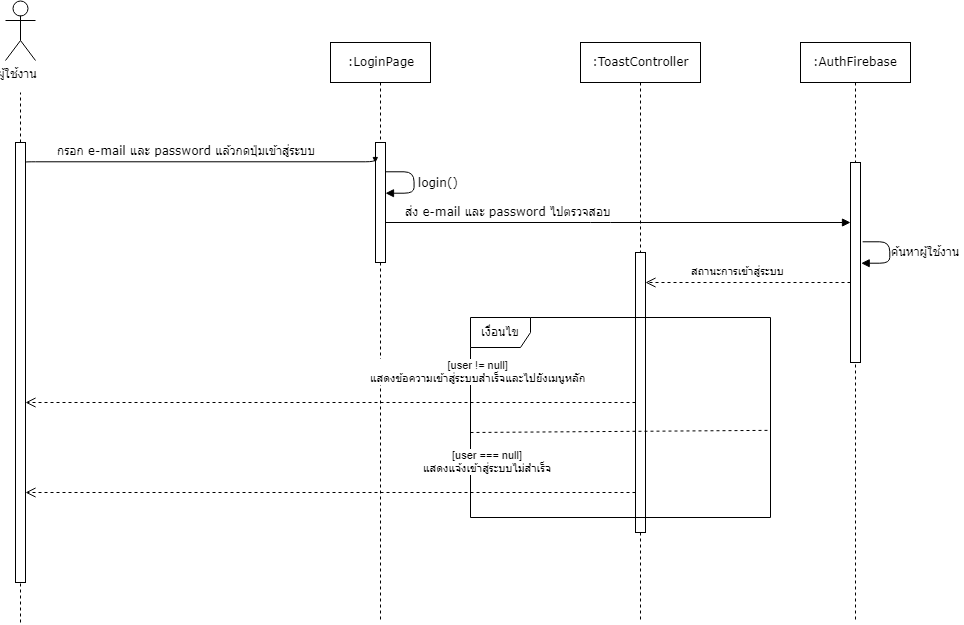
Above: Document/Latex/Figures/3/Sequence/login.png in Inwfour/Latex (draw.io), before the change. Source tidied: cells renumbered, new cells last; positions are measured from the earlier drawing's top-left corner, leaving out a move shared by most shapes.
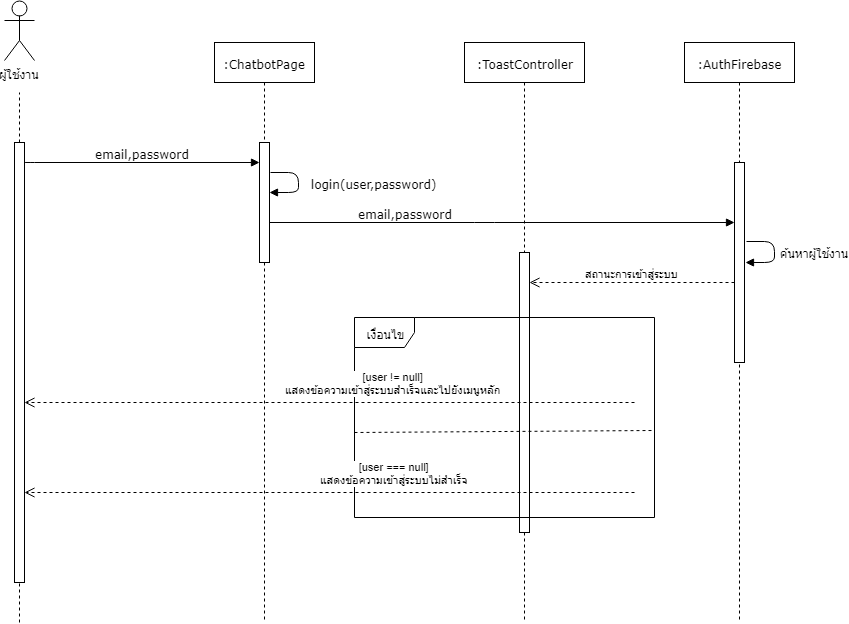
Later version of the same file.

Diff of the diagram source:
```diff
@@ -1,17 +1,17 @@
-<mxGraphModel background="#ffffff">
+<mxGraphModel>
   <root>
     <mxCell id="0" />
     <mxCell id="1" parent="0" />
-    <mxCell id="2" style="endArrow=none;dashed=1;html=1;" parent="1" edge="1">
-      <mxGeometry relative="1" as="geometry">
-        <mxPoint x="15" y="622" as="sourcePoint" />
-        <mxPoint x="15" y="92" as="targetPoint" />
-      </mxGeometry>
-    </mxCell>
-    <mxCell id="3" value=":LoginPage" style="shape=umlLifeline;perimeter=lifelinePerimeter;whiteSpace=wrap;html=1;rounded=0;shadow=0;comic=0;labelBackgroundColor=none;strokeColor=#000000;strokeWidth=1;fillColor=#FFFFFF;fontFamily=Verdana;fontSize=12;fontColor=#000000;align=center;" parent="1" vertex="1">
-      <mxGeometry x="325" y="42" width="100" height="580" as="geometry" />
-    </mxCell>
+    <mxCell id="20" style="endArrow=none;dashed=1;html=1;" parent="1" edge="1">
+      <mxGeometry relative="1" as="geometry">
+        <mxPoint x="130" y="622" as="sourcePoint" />
+        <mxPoint x="130" y="92" as="targetPoint" />
+      </mxGeometry>
+    </mxCell>
+    <mxCell id="21" value=":ChatbotPage" style="shape=umlLifeline;perimeter=lifelinePerimeter;whiteSpace=wrap;html=1;rounded=0;shadow=0;comic=0;labelBackgroundColor=none;strokeColor=#000000;strokeWidth=1;fillColor=#FFFFFF;fontFamily=Verdana;fontSize=12;fontColor=#000000;align=center;" parent="1" vertex="1">
+      <mxGeometry x="325" y="42" width="100" height="580" as="geometry" />
+    </mxCell>
-    <mxCell id="4" style="html=1;points=[];perimeter=orthogonalPerimeter;rounded=0;shadow=0;comic=0;labelBackgroundColor=none;strokeColor=#000000;strokeWidth=1;fillColor=#FFFFFF;fontFamily=Verdana;fontSize=12;fontColor=#000000;align=center;" parent="3" vertex="1">
+    <mxCell id="4" style="html=1;points=[];perimeter=orthogonalPerimeter;rounded=0;shadow=0;comic=0;labelBackgroundColor=none;strokeColor=#000000;strokeWidth=1;fillColor=#FFFFFF;fontFamily=Verdana;fontSize=12;fontColor=#000000;align=center;" parent="21" vertex="1">
       <mxGeometry x="45" y="100" width="10" height="120" as="geometry" />
     </mxCell>
     <mxCell id="5" value=":ToastController" style="shape=umlLifeline;perimeter=lifelinePerimeter;whiteSpace=wrap;html=1;rounded=0;shadow=0;comic=0;labelBackgroundColor=none;strokeColor=#000000;strokeWidth=1;fillColor=#FFFFFF;fontFamily=Verdana;fontSize=12;fontColor=#000000;align=center;" parent="1" vertex="1">
@@ -20,34 +20,33 @@
     <mxCell id="6" value=":AuthFirebase" style="shape=umlLifeline;perimeter=lifelinePerimeter;whiteSpace=wrap;html=1;rounded=0;shadow=0;comic=0;labelBackgroundColor=none;strokeColor=#000000;strokeWidth=1;fillColor=#FFFFFF;fontFamily=Verdana;fontSize=12;fontColor=#000000;align=center;" parent="1" vertex="1">
       <mxGeometry x="795" y="42" width="110" height="580" as="geometry" />
     </mxCell>
-    <mxCell id="7" value="กรอก e-mail และ password แล้วกดปุ่มเข้าสู่ระบบ" style="html=1;verticalAlign=bottom;endArrow=block;entryX=-0.01;entryY=0.078;labelBackgroundColor=none;fontFamily=Verdana;fontSize=12;edgeStyle=elbowEdgeStyle;elbow=vertical;entryDx=0;entryDy=0;entryPerimeter=0;" parent="1" edge="1">
-      <mxGeometry relative="1" as="geometry">
-        <mxPoint x="20" y="161.9" as="sourcePoint" />
-        <mxPoint x="369.8" y="161.9" as="targetPoint" />
-      </mxGeometry>
-    </mxCell>
-    <mxCell id="8" value="ส่ง e-mail และ password ไปตรวจสอบ" style="html=1;verticalAlign=bottom;endArrow=block;labelBackgroundColor=none;fontFamily=Verdana;fontSize=12;edgeStyle=elbowEdgeStyle;elbow=vertical;" parent="1" edge="1">
-      <mxGeometry x="-0.08" y="-80" relative="1" as="geometry">
-        <mxPoint x="380" y="222" as="sourcePoint" />
-        <mxPoint x="845" y="222" as="targetPoint" />
-        <Array as="points">
-          <mxPoint x="595" y="222" />
-        </Array>
-        <mxPoint x="-80" y="-80" as="offset" />
-      </mxGeometry>
-    </mxCell>
+    <mxCell id="22" value="email,password" style="html=1;verticalAlign=bottom;endArrow=block;labelBackgroundColor=none;fontFamily=Verdana;fontSize=12;edgeStyle=elbowEdgeStyle;elbow=vertical;" parent="1" edge="1" target="4">
+      <mxGeometry relative="1" as="geometry">
+        <mxPoint x="135" y="161.9" as="sourcePoint" />
+      </mxGeometry>
+    </mxCell>
+    <mxCell id="23" value="email,password" style="html=1;verticalAlign=bottom;endArrow=block;labelBackgroundColor=none;fontFamily=Verdana;fontSize=12;edgeStyle=elbowEdgeStyle;elbow=vertical;" parent="1" edge="1">
+      <mxGeometry x="-0.08" y="-80" relative="1" as="geometry">
+        <mxPoint x="380" y="222" as="sourcePoint" />
+        <mxPoint x="845" y="222" as="targetPoint" />
+        <Array as="points">
+          <mxPoint x="595" y="222" />
+        </Array>
+        <mxPoint x="-80" y="-80" as="offset" />
+      </mxGeometry>
+    </mxCell>
     <mxCell id="9" value="ผู้ใช้งาน" style="shape=umlActor;verticalLabelPosition=bottom;labelBackgroundColor=#ffffff;verticalAlign=top;html=1;rounded=0;" parent="1" vertex="1">
-      <mxGeometry width="30" height="60" as="geometry" />
+      <mxGeometry x="115" width="30" height="60" as="geometry" />
     </mxCell>
-    <mxCell id="10" style="html=1;points=[];perimeter=orthogonalPerimeter;rounded=0;shadow=0;comic=0;labelBackgroundColor=none;strokeColor=#000000;strokeWidth=1;fillColor=#FFFFFF;fontFamily=Verdana;fontSize=12;fontColor=#000000;align=center;" parent="1" vertex="1">
-      <mxGeometry x="10" y="142" width="10" height="440" as="geometry" />
-    </mxCell>
-    <mxCell id="11" style="html=1;perimeter=orthogonalPerimeter;rounded=0;shadow=0;comic=0;labelBackgroundColor=none;strokeColor=#000000;strokeWidth=1;fillColor=#FFFFFF;fontFamily=Verdana;fontSize=12;fontColor=#000000;align=center;" parent="1" vertex="1">
-      <mxGeometry x="630" y="252" width="10" height="280" as="geometry" />
-    </mxCell>
-    <mxCell id="12" style="html=1;perimeter=orthogonalPerimeter;rounded=0;shadow=0;comic=0;labelBackgroundColor=none;strokeColor=#000000;strokeWidth=1;fillColor=#FFFFFF;fontFamily=Verdana;fontSize=12;fontColor=#000000;align=center;" parent="1" vertex="1">
-      <mxGeometry x="845" y="162" width="10" height="200" as="geometry" />
-    </mxCell>
+    <mxCell id="24" style="html=1;points=[];perimeter=orthogonalPerimeter;rounded=0;shadow=0;comic=0;labelBackgroundColor=none;strokeColor=#000000;strokeWidth=1;fillColor=#FFFFFF;fontFamily=Verdana;fontSize=12;fontColor=#000000;align=center;" parent="1" vertex="1">
+      <mxGeometry x="125" y="142" width="10" height="440" as="geometry" />
+    </mxCell>
+    <mxCell id="25" style="html=1;perimeter=orthogonalPerimeter;rounded=0;shadow=0;comic=0;labelBackgroundColor=none;strokeColor=#000000;strokeWidth=1;fillColor=#FFFFFF;fontFamily=Verdana;fontSize=12;fontColor=#000000;align=center;" parent="1" vertex="1">
+      <mxGeometry x="630" y="252" width="10" height="280" as="geometry" />
+    </mxCell>
+    <mxCell id="26" style="html=1;perimeter=orthogonalPerimeter;rounded=0;shadow=0;comic=0;labelBackgroundColor=none;strokeColor=#000000;strokeWidth=1;fillColor=#FFFFFF;fontFamily=Verdana;fontSize=12;fontColor=#000000;align=center;" parent="1" vertex="1">
+      <mxGeometry x="845" y="162" width="10" height="200" as="geometry" />
+    </mxCell>
     <mxCell id="13" value="ค้นหาผู้ใช้งาน" style="html=1;verticalAlign=bottom;endArrow=block;labelBackgroundColor=none;fontFamily=Verdana;fontSize=12;edgeStyle=orthogonalEdgeStyle;elbow=vertical;exitX=1.183;exitY=0.2;exitDx=0;exitDy=0;exitPerimeter=0;entryX=1.146;entryY=0.305;entryDx=0;entryDy=0;entryPerimeter=0;" parent="1" edge="1">
       <mxGeometry x="0.26" y="-40" relative="1" as="geometry">
         <mxPoint x="856.9" y="241" as="sourcePoint" />
@@ -59,17 +58,17 @@
         <mxPoint x="40" y="39" as="offset" />
       </mxGeometry>
     </mxCell>
-    <mxCell id="14" value="login()" style="html=1;verticalAlign=bottom;endArrow=block;labelBackgroundColor=none;fontFamily=Verdana;fontSize=12;edgeStyle=orthogonalEdgeStyle;elbow=vertical;exitX=1.183;exitY=0.2;exitDx=0;exitDy=0;exitPerimeter=0;entryX=1.146;entryY=0.305;entryDx=0;entryDy=0;entryPerimeter=0;" parent="1" edge="1">
-      <mxGeometry x="0.26" y="-26" relative="1" as="geometry">
-        <mxPoint x="380.5" y="171.8" as="sourcePoint" />
-        <mxPoint x="379.9" y="192.4" as="targetPoint" />
-        <Array as="points">
-          <mxPoint x="408.5" y="171.5" />
-          <mxPoint x="408.5" y="192.5" />
-        </Array>
-        <mxPoint x="26" y="26" as="offset" />
-      </mxGeometry>
-    </mxCell>
+    <mxCell id="27" value="login(user,password)" style="html=1;verticalAlign=bottom;endArrow=block;labelBackgroundColor=none;fontFamily=Verdana;fontSize=12;edgeStyle=orthogonalEdgeStyle;elbow=vertical;exitX=1.183;exitY=0.2;exitDx=0;exitDy=0;exitPerimeter=0;entryX=1.146;entryY=0.305;entryDx=0;entryDy=0;entryPerimeter=0;" parent="1" edge="1">
+      <mxGeometry x="0.26" y="-76" relative="1" as="geometry">
+        <mxPoint x="380.5" y="171.8" as="sourcePoint" />
+        <mxPoint x="379.9" y="192.4" as="targetPoint" />
+        <Array as="points">
+          <mxPoint x="408.5" y="171.5" />
+          <mxPoint x="408.5" y="192.5" />
+        </Array>
+        <mxPoint x="76" y="76" as="offset" />
+      </mxGeometry>
+    </mxCell>
     <mxCell id="15" value="สถานะการเข้าสู่ระบบ" style="html=1;verticalAlign=bottom;endArrow=open;dashed=1;endSize=8;" parent="1" edge="1">
       <mxGeometry relative="1" as="geometry">
         <mxPoint x="845" y="282" as="sourcePoint" />
@@ -79,21 +78,21 @@
     <mxCell id="16" value="เงื่อนไข" style="shape=umlFrame;whiteSpace=wrap;html=1;rounded=0;" parent="1" vertex="1">
       <mxGeometry x="465" y="317" width="300" height="200" as="geometry" />
     </mxCell>
-    <mxCell id="17" style="endArrow=none;endFill=0;endSize=24;html=1;dashed=1;entryX=0.999;entryY=0.567;entryDx=0;entryDy=0;entryPerimeter=0;" parent="1" edge="1" target="16">
-      <mxGeometry relative="1" as="geometry">
-        <mxPoint x="465" y="432" as="sourcePoint" />
-      </mxGeometry>
-    </mxCell>
+    <mxCell id="28" style="endArrow=none;endFill=0;endSize=24;html=1;dashed=1;entryX=0.999;entryY=0.567;entryDx=0;entryDy=0;entryPerimeter=0;" parent="1" edge="1" target="16">
+      <mxGeometry relative="1" as="geometry">
+        <mxPoint x="465" y="432" as="sourcePoint" />
+      </mxGeometry>
+    </mxCell>
-    <mxCell id="18" value="[user != null]&lt;br&gt;แสดงข้อความเข้าสู่ระบบสำเร็จและไปยังเมนูหลัก&lt;br&gt;" style="html=1;verticalAlign=bottom;endArrow=open;dashed=1;endSize=8;" parent="1" edge="1" target="10">
-      <mxGeometry x="-0.56" y="-10" relative="1" as="geometry">
-        <mxPoint x="630" y="402" as="sourcePoint" />
+    <mxCell id="18" value="[user != null]&lt;br&gt;แสดงข้อความเข้าสู่ระบบสำเร็จและไปยังเมนูหลัก&lt;br&gt;" style="html=1;verticalAlign=bottom;endArrow=open;dashed=1;endSize=8;" parent="1" edge="1" target="24">
+      <mxGeometry x="-0.21" y="-3" relative="1" as="geometry">
+        <mxPoint x="745" y="402" as="sourcePoint" />
       </mxGeometry>
     </mxCell>
-    <mxCell id="19" value="[user === null]&lt;br&gt;แสดงแจ้งเข้าสู่ระบบไม่สำเร็จ&lt;br&gt;" style="html=1;verticalAlign=bottom;endArrow=open;dashed=1;endSize=8;" parent="1" edge="1">
-      <mxGeometry x="-0.56" y="-10" relative="1" as="geometry">
-        <mxPoint x="630" y="492" as="sourcePoint" />
-        <mxPoint x="20" y="492" as="targetPoint" />
-      </mxGeometry>
-    </mxCell>
+    <mxCell id="29" value="[user === null]&lt;br&gt;แสดงข้อความเข้าสู่ระบบไม่สำเร็จ&lt;br&gt;" style="html=1;verticalAlign=bottom;endArrow=open;dashed=1;endSize=8;" parent="1" edge="1">
+      <mxGeometry x="-0.21" y="-3" relative="1" as="geometry">
+        <mxPoint x="745" y="492" as="sourcePoint" />
+        <mxPoint x="135" y="492" as="targetPoint" />
+      </mxGeometry>
+    </mxCell>
   </root>
 </mxGraphModel>
```
